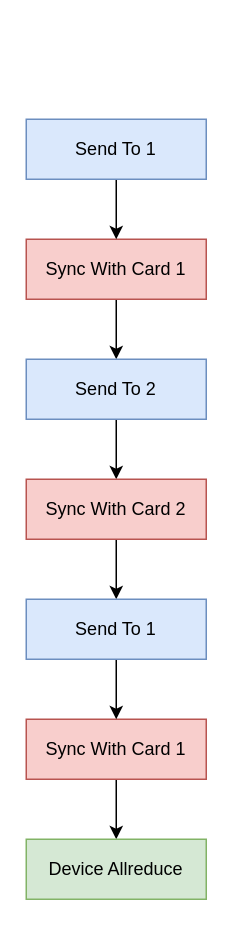
Above: TCCL/NvLink/TreeAllreduceWorkFlow.drawio in BEYHHH/SBLP (draw.io), before the change. Source tidied: cells renumbered, new cells numbered last; positions are measured from the earlier drawing's top-left corner, leaving out a move shared by most shapes. Both pictures are drawn from the tidied source at 150%, with x=0, y=0 at pixel (26, 118).
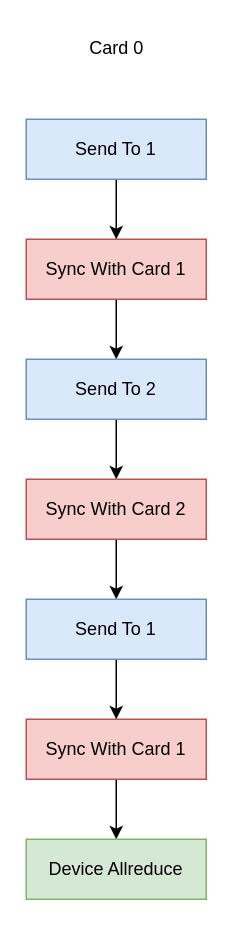
After the change.

What changed in the source:
```diff
@@
 <mxGraphModel>
   <root>
     <mxCell id="0" />
     <mxCell id="1" parent="0" />
     <mxCell id="2" style="edgeStyle=orthogonalEdgeStyle;rounded=0;jettySize=auto;html=1;" parent="1" edge="1" source="3">
       <mxGeometry relative="1" as="geometry">
         <mxPoint x="60" y="160" as="targetPoint" />
       </mxGeometry>
     </mxCell>
     <mxCell id="3" value="Sync With Card 1" style="rounded=0;whiteSpace=wrap;html=1;fillColor=#f8cecc;strokeColor=#b85450;" parent="1" vertex="1">
       <mxGeometry y="80" width="120" height="40" as="geometry" />
     </mxCell>
     <mxCell id="4" style="edgeStyle=orthogonalEdgeStyle;rounded=0;jettySize=auto;html=1;" parent="1" edge="1" source="5" target="3">
       <mxGeometry relative="1" as="geometry" />
     </mxCell>
     <mxCell id="5" value="Send To 1" style="rounded=0;whiteSpace=wrap;html=1;fillColor=#dae8fc;strokeColor=#6c8ebf;" parent="1" vertex="1">
       <mxGeometry width="120" height="40" as="geometry" />
     </mxCell>
     <mxCell id="6" style="edgeStyle=orthogonalEdgeStyle;rounded=0;jettySize=auto;html=1;" parent="1" edge="1" source="7" target="9">
       <mxGeometry relative="1" as="geometry" />
     </mxCell>
     <mxCell id="7" value="Send To 2" style="rounded=0;whiteSpace=wrap;html=1;fillColor=#dae8fc;strokeColor=#6c8ebf;" parent="1" vertex="1">
       <mxGeometry y="160" width="120" height="40" as="geometry" />
     </mxCell>
     <mxCell id="8" style="edgeStyle=orthogonalEdgeStyle;rounded=0;jettySize=auto;html=1;" parent="1" edge="1" source="9" target="13">
       <mxGeometry relative="1" as="geometry" />
     </mxCell>
     <mxCell id="9" value="Sync With Card 2" style="rounded=0;whiteSpace=wrap;html=1;fillColor=#f8cecc;strokeColor=#b85450;" parent="1" vertex="1">
       <mxGeometry y="240" width="120" height="40" as="geometry" />
     </mxCell>
     <mxCell id="10" style="edgeStyle=orthogonalEdgeStyle;rounded=0;jettySize=auto;html=1;" parent="1" edge="1" source="11" target="14">
       <mxGeometry relative="1" as="geometry" />
     </mxCell>
     <mxCell id="11" value="Sync With Card 1" style="rounded=0;whiteSpace=wrap;html=1;fillColor=#f8cecc;strokeColor=#b85450;" parent="1" vertex="1">
       <mxGeometry y="400" width="120" height="40" as="geometry" />
     </mxCell>
     <mxCell id="12" style="edgeStyle=orthogonalEdgeStyle;rounded=0;jettySize=auto;html=1;" parent="1" edge="1" source="13" target="11">
       <mxGeometry relative="1" as="geometry" />
     </mxCell>
     <mxCell id="13" value="Send To 1" style="rounded=0;whiteSpace=wrap;html=1;fillColor=#dae8fc;strokeColor=#6c8ebf;" parent="1" vertex="1">
       <mxGeometry y="320" width="120" height="40" as="geometry" />
     </mxCell>
     <mxCell id="14" value="Device Allreduce" style="rounded=0;whiteSpace=wrap;html=1;fillColor=#d5e8d4;strokeColor=#82b366;" parent="1" vertex="1">
       <mxGeometry y="480" width="120" height="40" as="geometry" />
     </mxCell>
+    <mxCell id="15" value="Card 0" style="text;html=1;align=center;verticalAlign=middle;strokeColor=none;fillColor=none;" parent="1" vertex="1">
+      <mxGeometry x="30" y="-62" width="60" height="30" as="geometry" />
+    </mxCell>
   </root>
 </mxGraphModel>
```
